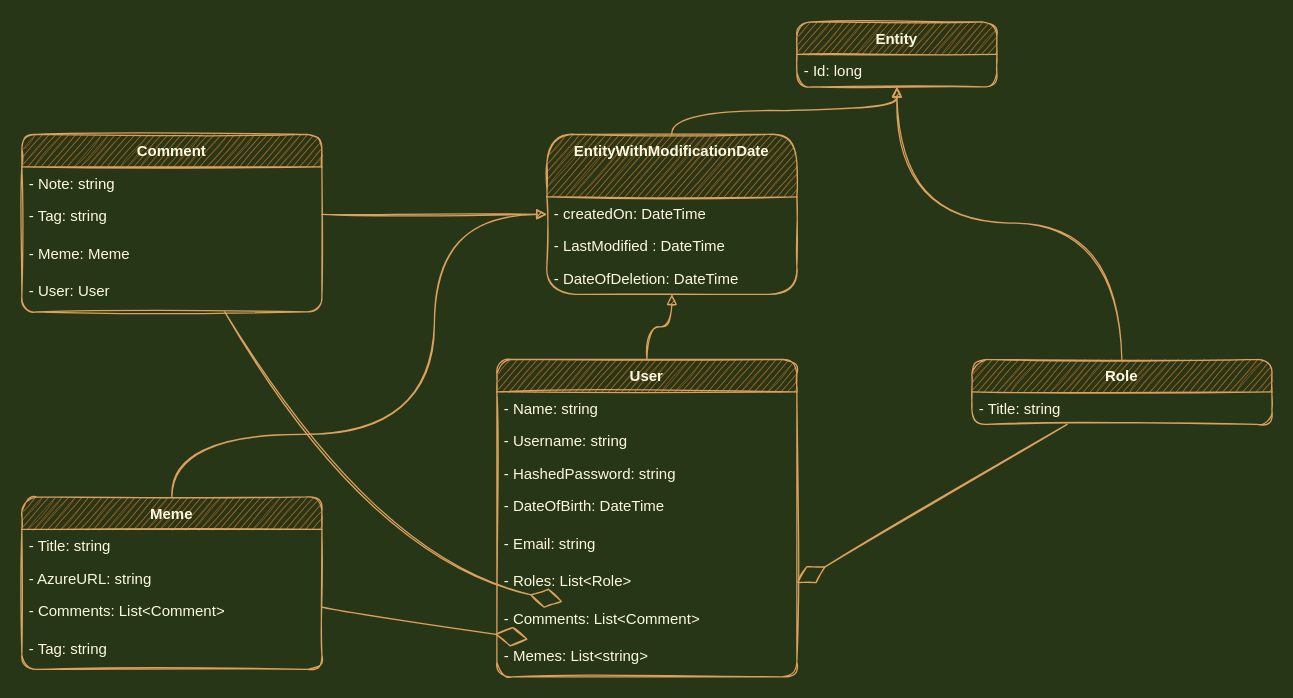
Sairieth/MemeIt keeps this draw.io diagram as petProject.drawio. Above is the earlier version. Source tidied: cells renumbered, new cells numbered last; positions are measured from the earlier drawing's top-left corner, leaving out a move shared by most shapes. Both pictures are drawn from the tidied source at 125%, with x=0, y=0 at pixel (21, 21).
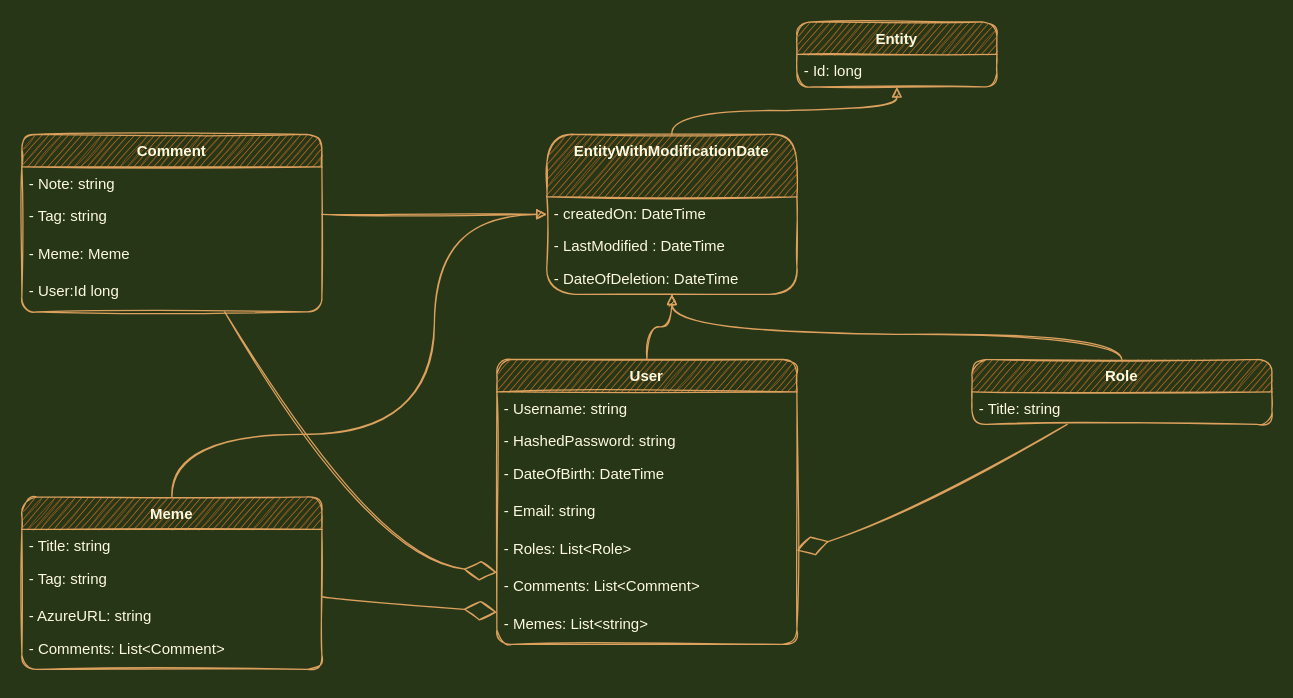
The same diagram, later.

Commit message (it also covers changes not shown here):
mod: update UML and project file

Unchanged cells that the change refers to:
```xml
<mxCell id="11" value="Meme" style="swimlane;fontStyle=1;align=center;verticalAlign=top;horizontal=1;startSize=26;rounded=1;fontColor=#FEFAE0;strokeColor=#DDA15E;fillColor=#BC6C25;sketch=1;" parent="1" vertex="1">
  <mxGeometry y="380" width="240" height="138" as="geometry" />
</mxCell>
<mxCell id="16" value="Comment" style="swimlane;fontStyle=1;align=center;verticalAlign=top;horizontal=1;startSize=26;rounded=1;fontColor=#FEFAE0;strokeColor=#DDA15E;fillColor=#BC6C25;sketch=1;" parent="1" vertex="1">
  <mxGeometry y="90" width="240" height="142" as="geometry" />
</mxCell>
<mxCell id="21" value="Role" style="swimlane;fontStyle=1;align=center;verticalAlign=top;horizontal=1;startSize=26;rounded=1;fontColor=#FEFAE0;strokeColor=#DDA15E;fillColor=#BC6C25;sketch=1;" parent="1" vertex="1">
  <mxGeometry x="760" y="270" width="240" height="52" as="geometry" />
</mxCell>
<mxCell id="24" value="EntityWithModificationDate" style="swimlane;fontStyle=1;align=center;verticalAlign=top;horizontal=1;startSize=50;fillColor=#BC6C25;strokeColor=#DDA15E;fontColor=#FEFAE0;sketch=1;rounded=1;" parent="1" vertex="1">
  <mxGeometry x="420" y="90" width="200" height="128" as="geometry" />
</mxCell>
<mxCell id="28" value="Entity" style="swimlane;fontStyle=1;align=center;verticalAlign=top;horizontal=1;startSize=26;rounded=1;sketch=1;fontColor=#FEFAE0;strokeColor=#DDA15E;fillColor=#BC6C25;" parent="1" vertex="1">
  <mxGeometry x="620" width="160" height="52" as="geometry" />
</mxCell>
```

Change to the diagram source:
```diff
@@
     <mxCell id="2" value="User" style="swimlane;fontStyle=1;align=center;verticalAlign=top;horizontal=1;startSize=26;rounded=1;fontColor=#FEFAE0;strokeColor=#DDA15E;fillColor=#BC6C25;sketch=1;" parent="1" vertex="1">
-      <mxGeometry x="380" y="270" width="240" height="254" as="geometry" />
+      <mxGeometry x="380" y="270" width="240" height="228" as="geometry" />
     </mxCell>
-    <mxCell id="3" value="- Name: string" style="text;strokeColor=none;fillColor=none;align=left;verticalAlign=top;spacingLeft=4;spacingRight=4;overflow=hidden;rounded=1;fontColor=#FEFAE0;sketch=1;" parent="2" vertex="1">
-      <mxGeometry y="26" width="240" height="26" as="geometry" />
-    </mxCell>
     <mxCell id="4" value="- Username: string" style="text;strokeColor=none;fillColor=none;align=left;verticalAlign=top;spacingLeft=4;spacingRight=4;overflow=hidden;rounded=1;fontColor=#FEFAE0;sketch=1;" parent="2" vertex="1">
-      <mxGeometry y="52" width="240" height="26" as="geometry" />
+      <mxGeometry y="26" width="240" height="26" as="geometry" />
     </mxCell>
     <mxCell id="5" value="- HashedPassword: string" style="text;strokeColor=none;fillColor=none;align=left;verticalAlign=top;spacingLeft=4;spacingRight=4;overflow=hidden;rounded=1;fontColor=#FEFAE0;sketch=1;" parent="2" vertex="1">
-      <mxGeometry y="78" width="240" height="26" as="geometry" />
+      <mxGeometry y="52" width="240" height="26" as="geometry" />
     </mxCell>
     <mxCell id="6" value="- DateOfBirth: DateTime" style="text;strokeColor=none;fillColor=none;align=left;verticalAlign=top;spacingLeft=4;spacingRight=4;overflow=hidden;rounded=1;fontColor=#FEFAE0;sketch=1;" parent="2" vertex="1">
-      <mxGeometry y="104" width="240" height="30" as="geometry" />
+      <mxGeometry y="78" width="240" height="30" as="geometry" />
     </mxCell>
     <mxCell id="7" value="- Email: string" style="text;strokeColor=none;fillColor=none;align=left;verticalAlign=top;spacingLeft=4;spacingRight=4;overflow=hidden;rounded=1;fontColor=#FEFAE0;sketch=1;" parent="2" vertex="1">
-      <mxGeometry y="134" width="240" height="30" as="geometry" />
+      <mxGeometry y="108" width="240" height="30" as="geometry" />
     </mxCell>
     <mxCell id="8" value="- Roles: List&lt;Role&gt;" style="text;strokeColor=none;fillColor=none;align=left;verticalAlign=top;spacingLeft=4;spacingRight=4;overflow=hidden;points=[[0,0.5],[1,0.5]];portConstraint=eastwest;rounded=1;fontColor=#FEFAE0;sketch=1;" parent="2" vertex="1">
-      <mxGeometry y="164" width="240" height="30" as="geometry" />
+      <mxGeometry y="138" width="240" height="30" as="geometry" />
     </mxCell>
     <mxCell id="9" value="- Comments: List&lt;Comment&gt;" style="text;strokeColor=none;fillColor=none;align=left;verticalAlign=top;spacingLeft=4;spacingRight=4;overflow=hidden;points=[[0,0.5],[1,0.5]];portConstraint=eastwest;rounded=1;fontColor=#FEFAE0;sketch=1;" parent="2" vertex="1">
-      <mxGeometry y="194" width="240" height="30" as="geometry" />
+      <mxGeometry y="168" width="240" height="30" as="geometry" />
     </mxCell>
     <mxCell id="10" value="- Memes: List&lt;string&gt;" style="text;strokeColor=none;fillColor=none;align=left;verticalAlign=top;spacingLeft=4;spacingRight=4;overflow=hidden;points=[[0,0.5],[1,0.5]];portConstraint=eastwest;rounded=1;fontColor=#FEFAE0;sketch=1;" parent="2" vertex="1">
-      <mxGeometry y="224" width="240" height="30" as="geometry" />
+      <mxGeometry y="198" width="240" height="30" as="geometry" />
     </mxCell>
@@
+    <mxCell id="15" value="- Tag: string" style="text;strokeColor=none;fillColor=none;align=left;verticalAlign=top;spacingLeft=4;spacingRight=4;overflow=hidden;rounded=1;fontColor=#FEFAE0;sketch=1;" parent="11" vertex="1">
+      <mxGeometry y="52" width="240" height="30" as="geometry" />
+    </mxCell>
     <mxCell id="13" value="- AzureURL: string" style="text;strokeColor=none;fillColor=none;align=left;verticalAlign=top;spacingLeft=4;spacingRight=4;overflow=hidden;rounded=1;fontColor=#FEFAE0;sketch=1;" parent="11" vertex="1">
-      <mxGeometry y="52" width="240" height="26" as="geometry" />
+      <mxGeometry y="82" width="240" height="26" as="geometry" />
     </mxCell>
     <mxCell id="14" value="- Comments: List&lt;Comment&gt;" style="text;strokeColor=none;fillColor=none;align=left;verticalAlign=top;spacingLeft=4;spacingRight=4;overflow=hidden;rounded=1;fontColor=#FEFAE0;sketch=1;" parent="11" vertex="1">
-      <mxGeometry y="78" width="240" height="30" as="geometry" />
+      <mxGeometry y="108" width="240" height="30" as="geometry" />
     </mxCell>
-    <mxCell id="15" value="- Tag: string" style="text;strokeColor=none;fillColor=none;align=left;verticalAlign=top;spacingLeft=4;spacingRight=4;overflow=hidden;rounded=1;fontColor=#FEFAE0;sketch=1;" parent="11" vertex="1">
-      <mxGeometry y="108" width="240" height="30" as="geometry" />
-    </mxCell>
@@
-    <mxCell id="20" value="- User: User" style="text;strokeColor=none;fillColor=none;align=left;verticalAlign=top;spacingLeft=4;spacingRight=4;overflow=hidden;rounded=1;fontColor=#FEFAE0;sketch=1;" parent="16" vertex="1">
+    <mxCell id="20" value="- User:Id long" style="text;strokeColor=none;fillColor=none;align=left;verticalAlign=top;spacingLeft=4;spacingRight=4;overflow=hidden;rounded=1;fontColor=#FEFAE0;sketch=1;" parent="16" vertex="1">
       <mxGeometry y="112" width="240" height="30" as="geometry" />
     </mxCell>
@@
-    <mxCell id="30" style="endArrow=block;endFill=1;html=1;edgeStyle=orthogonalEdgeStyle;align=left;verticalAlign=top;rounded=1;fontColor=#FEFAE0;strokeColor=#DDA15E;fillColor=#BC6C25;sketch=1;curved=1;" parent="1" edge="1" source="21" target="28">
-      <mxGeometry x="-1" relative="1" as="geometry" />
+    <mxCell id="30" style="endArrow=block;endFill=1;html=1;edgeStyle=orthogonalEdgeStyle;align=left;verticalAlign=top;rounded=1;fontColor=#FEFAE0;strokeColor=#DDA15E;fillColor=#BC6C25;sketch=1;curved=1;" parent="1" edge="1" source="21" target="24">
+      <mxGeometry x="-1" relative="1" as="geometry">
+        <Array as="points">
+          <mxPoint x="880" y="250" />
+          <mxPoint x="520" y="250" />
+        </Array>
+      </mxGeometry>
     </mxCell>
```
